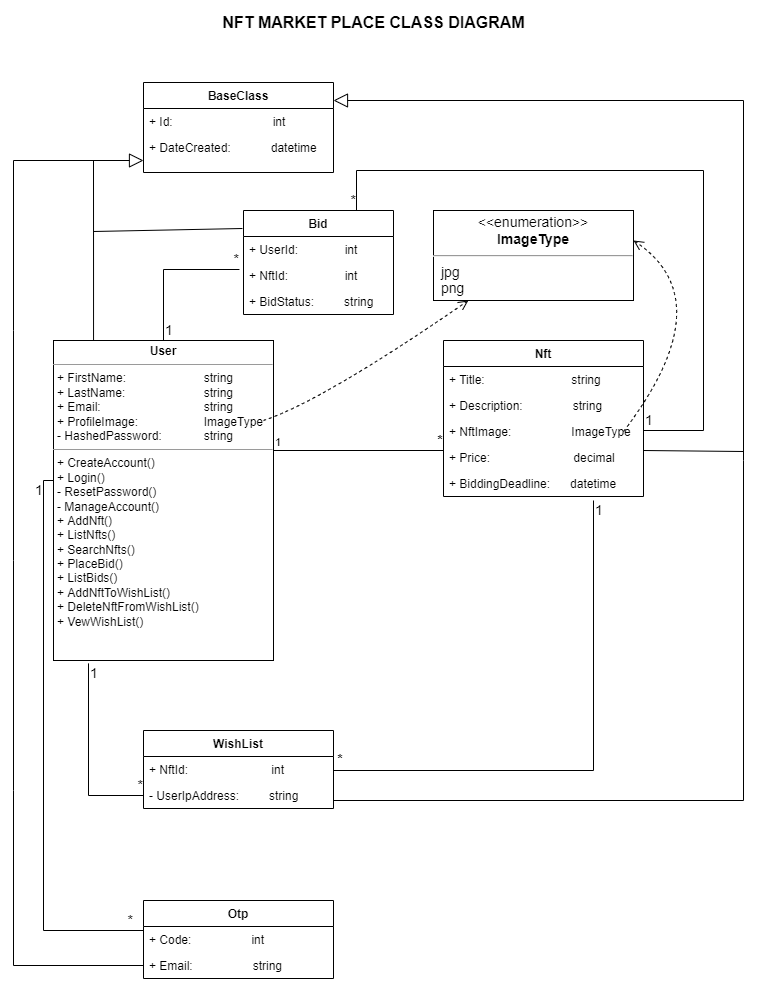
This is diagrams/class-diagram.png from kevy0915/NFT_MarketPlace, a draw.io export, as it was before one commit. Source tidied: cells renumbered, new cells last; positions are measured from the earlier drawing's top-left corner, leaving out a move shared by most shapes.
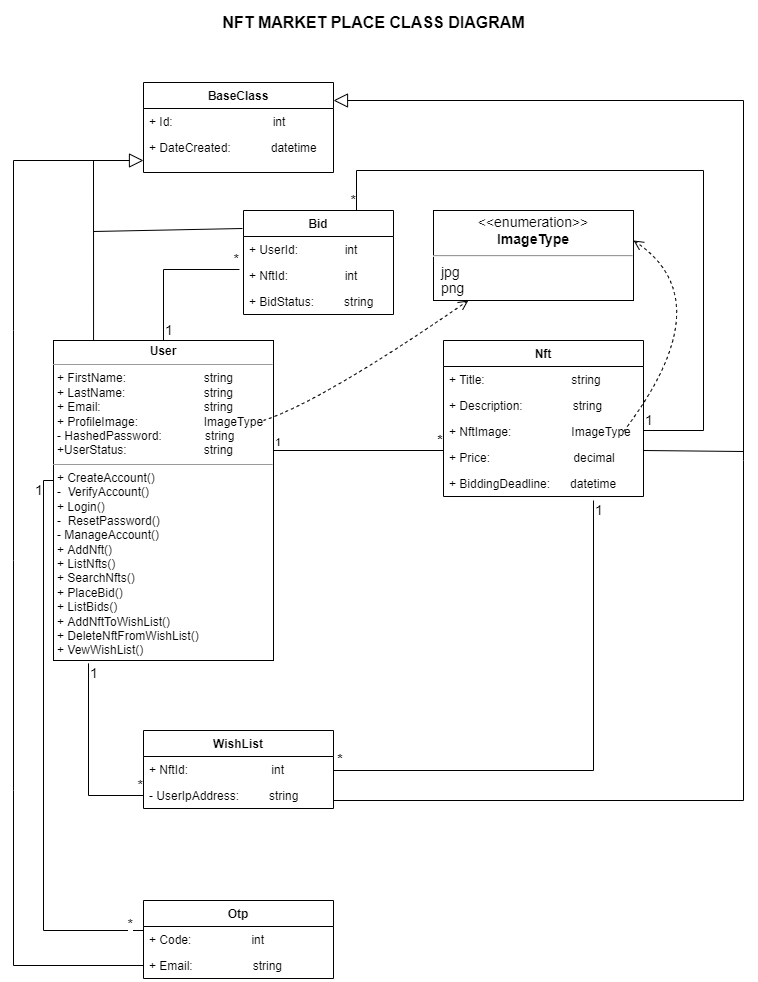
The same file after the commit.

Commit message:
updated the erd,usecase nad class diagrams

What changed in the source:
```diff
@@ -2,7 +2,7 @@
   <root>
     <mxCell id="0" />
     <mxCell id="1" parent="0" />
-    <mxCell id="2" value="&lt;p style=&quot;margin:0px;margin-top:4px;text-align:center;&quot;&gt;&lt;b&gt;User&lt;/b&gt;&lt;/p&gt;&lt;hr size=&quot;1&quot;&gt;&lt;p style=&quot;margin:0px;margin-left:4px;&quot;&gt;&lt;span style=&quot;background-color: initial;&quot;&gt;+ FirstName: &lt;/span&gt;&lt;span style=&quot;background-color: initial; white-space: pre;&quot;&gt;&#9;&lt;/span&gt;&lt;span style=&quot;background-color: initial; white-space: pre;&quot;&gt;&#9;&lt;/span&gt;&lt;span style=&quot;background-color: initial; white-space: pre;&quot;&gt;&#9;&lt;/span&gt;&lt;span style=&quot;background-color: initial;&quot;&gt;&amp;nbsp; &amp;nbsp; string&lt;/span&gt;&lt;br&gt;&lt;/p&gt;&lt;p style=&quot;margin:0px;margin-left:4px;&quot;&gt;+ LastName: &lt;span style=&quot;white-space: pre;&quot;&gt;&#9;&lt;/span&gt;&lt;span style=&quot;white-space: pre;&quot;&gt;&#9;&lt;/span&gt;&lt;span style=&quot;white-space: pre;&quot;&gt;&#9;&lt;/span&gt;&amp;nbsp; &amp;nbsp; string&lt;/p&gt;&lt;p style=&quot;margin:0px;margin-left:4px;&quot;&gt;+ Email:&lt;span style=&quot;white-space: pre;&quot;&gt;&#9;&lt;/span&gt;&amp;nbsp; &amp;nbsp; &amp;nbsp; &lt;span style=&quot;white-space: pre;&quot;&gt;&#9;&lt;/span&gt;&lt;span style=&quot;white-space: pre;&quot;&gt;&#9;&lt;/span&gt;&lt;span style=&quot;white-space: pre;&quot;&gt;&#9;&lt;/span&gt;&amp;nbsp; &amp;nbsp; string&lt;/p&gt;&lt;p style=&quot;margin:0px;margin-left:4px;&quot;&gt;+ ProfileImage:&lt;span style=&quot;white-space: pre;&quot;&gt;&#9;&lt;span style=&quot;white-space: pre;&quot;&gt;&#9;&lt;/span&gt; &lt;/span&gt;&amp;nbsp; &amp;nbsp;ImageType&lt;/p&gt;&lt;p style=&quot;margin:0px;margin-left:4px;&quot;&gt;- HashedPassword:&lt;span style=&quot;white-space: pre;&quot;&gt;&#9;&lt;/span&gt;&amp;nbsp; &amp;nbsp; &amp;nbsp; &amp;nbsp; &amp;nbsp; &amp;nbsp; string&lt;/p&gt;&lt;hr size=&quot;1&quot;&gt;&lt;p style=&quot;margin:0px;margin-left:4px;&quot;&gt;+ CreateAccount()&lt;/p&gt;&lt;p style=&quot;margin:0px;margin-left:4px;&quot;&gt;+ Login()&lt;/p&gt;&lt;p style=&quot;margin:0px;margin-left:4px;&quot;&gt;- ResetPassword()&lt;/p&gt;&lt;p style=&quot;margin:0px;margin-left:4px;&quot;&gt;- ManageAccount()&lt;/p&gt;&lt;p style=&quot;margin:0px;margin-left:4px;&quot;&gt;+ AddNft()&lt;/p&gt;&lt;p style=&quot;margin:0px;margin-left:4px;&quot;&gt;+ ListNfts()&lt;/p&gt;&lt;p style=&quot;margin:0px;margin-left:4px;&quot;&gt;+ SearchNfts()&lt;/p&gt;&lt;p style=&quot;margin:0px;margin-left:4px;&quot;&gt;+ PlaceBid()&lt;/p&gt;&lt;p style=&quot;margin:0px;margin-left:4px;&quot;&gt;+ ListBids()&lt;/p&gt;&lt;p style=&quot;margin:0px;margin-left:4px;&quot;&gt;+ AddNftToWishList()&lt;/p&gt;&lt;p style=&quot;margin:0px;margin-left:4px;&quot;&gt;+ DeleteNftFromWishList()&lt;/p&gt;&lt;p style=&quot;margin:0px;margin-left:4px;&quot;&gt;+ VewWishList()&lt;br&gt;&lt;br&gt;&lt;/p&gt;&lt;p style=&quot;margin:0px;margin-left:4px;&quot;&gt;&lt;br&gt;&lt;/p&gt;&lt;p style=&quot;margin:0px;margin-left:4px;&quot;&gt;&lt;br&gt;&lt;/p&gt;" style="verticalAlign=top;align=left;overflow=fill;fontSize=12;fontFamily=Helvetica;html=1;" parent="1" vertex="1">
+    <mxCell id="2" value="&lt;p style=&quot;margin:0px;margin-top:4px;text-align:center;&quot;&gt;&lt;b&gt;User&lt;/b&gt;&lt;/p&gt;&lt;hr size=&quot;1&quot;&gt;&lt;p style=&quot;margin:0px;margin-left:4px;&quot;&gt;&lt;span style=&quot;background-color: initial;&quot;&gt;+ FirstName: &lt;/span&gt;&lt;span style=&quot;background-color: initial;&quot;&gt;&#9;&lt;/span&gt;&lt;span style=&quot;background-color: initial;&quot;&gt;&#9;&lt;/span&gt;&lt;span style=&quot;background-color: initial;&quot;&gt;&#9;&lt;/span&gt;&lt;span style=&quot;background-color: initial;&quot;&gt;&amp;nbsp; &amp;nbsp; &lt;span style=&quot;white-space: pre;&quot;&gt;&#9;&lt;/span&gt;&lt;span style=&quot;white-space: pre;&quot;&gt;&#9;&lt;/span&gt;&amp;nbsp; &amp;nbsp; string&lt;/span&gt;&lt;br&gt;&lt;/p&gt;&lt;p style=&quot;margin:0px;margin-left:4px;&quot;&gt;+ LastName: &lt;span style=&quot;&quot;&gt;&#9;&lt;/span&gt;&lt;span style=&quot;&quot;&gt;&#9;&lt;/span&gt;&lt;span style=&quot;&quot;&gt;&#9;&lt;/span&gt;&amp;nbsp; &amp;nbsp; &lt;span style=&quot;white-space: pre;&quot;&gt;&#9;&lt;/span&gt;&lt;span style=&quot;white-space: pre;&quot;&gt;&#9;&lt;/span&gt;&amp;nbsp; &amp;nbsp; string&lt;/p&gt;&lt;p style=&quot;margin:0px;margin-left:4px;&quot;&gt;+ Email:&lt;span style=&quot;&quot;&gt;&#9;&lt;/span&gt;&amp;nbsp; &amp;nbsp; &amp;nbsp; &lt;span style=&quot;&quot;&gt;&#9;&lt;/span&gt;&lt;span style=&quot;&quot;&gt;&#9;&lt;/span&gt;&lt;span style=&quot;&quot;&gt;&#9;&lt;/span&gt;&amp;nbsp; &amp;nbsp; &lt;span style=&quot;white-space: pre;&quot;&gt;&#9;&lt;/span&gt;&lt;span style=&quot;white-space: pre;&quot;&gt;&#9;&lt;/span&gt;&amp;nbsp; &amp;nbsp; string&lt;/p&gt;&lt;p style=&quot;margin:0px;margin-left:4px;&quot;&gt;+ ProfileImage:&lt;span style=&quot;&quot;&gt;&#9;&lt;span style=&quot;&quot;&gt;&#9;&lt;/span&gt; &lt;/span&gt;&amp;nbsp; &amp;nbsp;&lt;span style=&quot;white-space: pre;&quot;&gt;&#9;&lt;/span&gt;&lt;span style=&quot;white-space: pre;&quot;&gt;&#9;&amp;nbsp;&lt;/span&gt;&amp;nbsp; &amp;nbsp;ImageType&lt;/p&gt;&lt;p style=&quot;margin:0px;margin-left:4px;&quot;&gt;- HashedPassword:&lt;span style=&quot;&quot;&gt;&#9;&lt;/span&gt;&amp;nbsp; &amp;nbsp; &amp;nbsp; &amp;nbsp; &amp;nbsp; &amp;nbsp; string&lt;/p&gt;&lt;p style=&quot;margin:0px;margin-left:4px;&quot;&gt;+UserStatus:&lt;span style=&quot;&quot;&gt;&#9;&lt;/span&gt;&lt;span style=&quot;&quot;&gt;&#9;&lt;/span&gt;&lt;span style=&quot;&quot;&gt;&#9;&lt;/span&gt;&amp;nbsp; &amp;nbsp; &lt;span style=&quot;white-space: pre;&quot;&gt;&#9;&lt;/span&gt;&lt;span style=&quot;white-space: pre;&quot;&gt;&#9;&lt;/span&gt;&amp;nbsp; &amp;nbsp; string&lt;/p&gt;&lt;hr size=&quot;1&quot;&gt;&lt;p style=&quot;margin:0px;margin-left:4px;&quot;&gt;+ CreateAccount()&lt;/p&gt;&lt;p style=&quot;margin:0px;margin-left:4px;&quot;&gt;-&amp;nbsp; VerifyAccount()&lt;br&gt;&lt;/p&gt;&lt;p style=&quot;margin:0px;margin-left:4px;&quot;&gt;+ Login()&lt;/p&gt;&lt;p style=&quot;margin:0px;margin-left:4px;&quot;&gt;-&amp;nbsp; ResetPassword()&lt;/p&gt;&lt;p style=&quot;margin:0px;margin-left:4px;&quot;&gt;- ManageAccount()&lt;/p&gt;&lt;p style=&quot;margin:0px;margin-left:4px;&quot;&gt;+ AddNft()&lt;/p&gt;&lt;p style=&quot;margin:0px;margin-left:4px;&quot;&gt;+ ListNfts()&lt;/p&gt;&lt;p style=&quot;margin:0px;margin-left:4px;&quot;&gt;+ SearchNfts()&lt;/p&gt;&lt;p style=&quot;margin:0px;margin-left:4px;&quot;&gt;+ PlaceBid()&lt;/p&gt;&lt;p style=&quot;margin:0px;margin-left:4px;&quot;&gt;+ ListBids()&lt;/p&gt;&lt;p style=&quot;margin:0px;margin-left:4px;&quot;&gt;+ AddNftToWishList()&lt;/p&gt;&lt;p style=&quot;margin:0px;margin-left:4px;&quot;&gt;+ DeleteNftFromWishList()&lt;/p&gt;&lt;p style=&quot;margin:0px;margin-left:4px;&quot;&gt;+ VewWishList()&lt;br&gt;&lt;br&gt;&lt;/p&gt;&lt;p style=&quot;margin:0px;margin-left:4px;&quot;&gt;&lt;br&gt;&lt;/p&gt;&lt;p style=&quot;margin:0px;margin-left:4px;&quot;&gt;&lt;br&gt;&lt;/p&gt;" style="verticalAlign=top;align=left;overflow=fill;fontSize=12;fontFamily=Helvetica;html=1;" parent="1" vertex="1">
       <mxGeometry x="40" y="340" width="220" height="320" as="geometry" />
     </mxCell>
     <mxCell id="3" value="Nft" style="swimlane;fontStyle=1;horizontal=1;startSize=26;fillColor=none;" parent="1" vertex="1">
@@ -105,7 +105,7 @@
     </mxCell>
     <mxCell id="26" value="*" style="edgeLabel;html=1;align=right;verticalAlign=bottom;fontSize=14;strokeColor=default;" parent="24" vertex="1">
       <mxGeometry x="1" relative="1" as="geometry">
-        <mxPoint x="-10" y="-9" as="offset" />
+        <mxPoint x="-10" y="-5" as="offset" />
       </mxGeometry>
     </mxCell>
     <mxCell id="27" value="&lt;p style=&quot;margin:0px;margin-top:4px;text-align:center;&quot;&gt;&amp;lt;&amp;lt;enumeration&amp;gt;&amp;gt;&lt;br&gt;&lt;b&gt;ImageType&lt;/b&gt;&lt;/p&gt;&lt;hr&gt;&lt;p style=&quot;margin:0px;margin-left:8px;text-align:left;&quot;&gt;jpg&lt;br&gt;png&lt;/p&gt;" style="shape=rect;html=1;overflow=fill;whiteSpace=wrap;fontSize=14;strokeColor=default;" parent="1" vertex="1">
```
